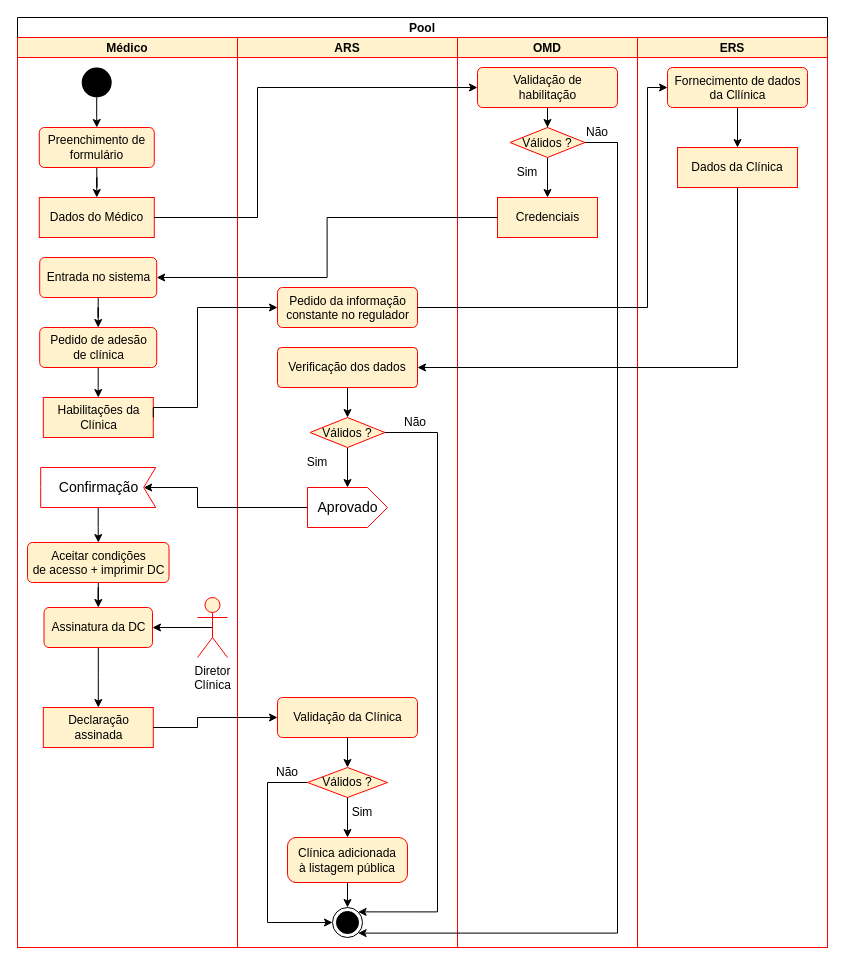
Above: page "ex1_3_improved" (3 of 3) of P/P1/P1.drawio in DavidAraujo98/AS (draw.io), before the change. Source tidied: cells renumbered, new cells numbered last; positions are measured from the earlier drawing's top-left corner, leaving out a move shared by most shapes. Both pictures are drawn from the tidied source at 100%, with x=0, y=0 at pixel (17, 17).
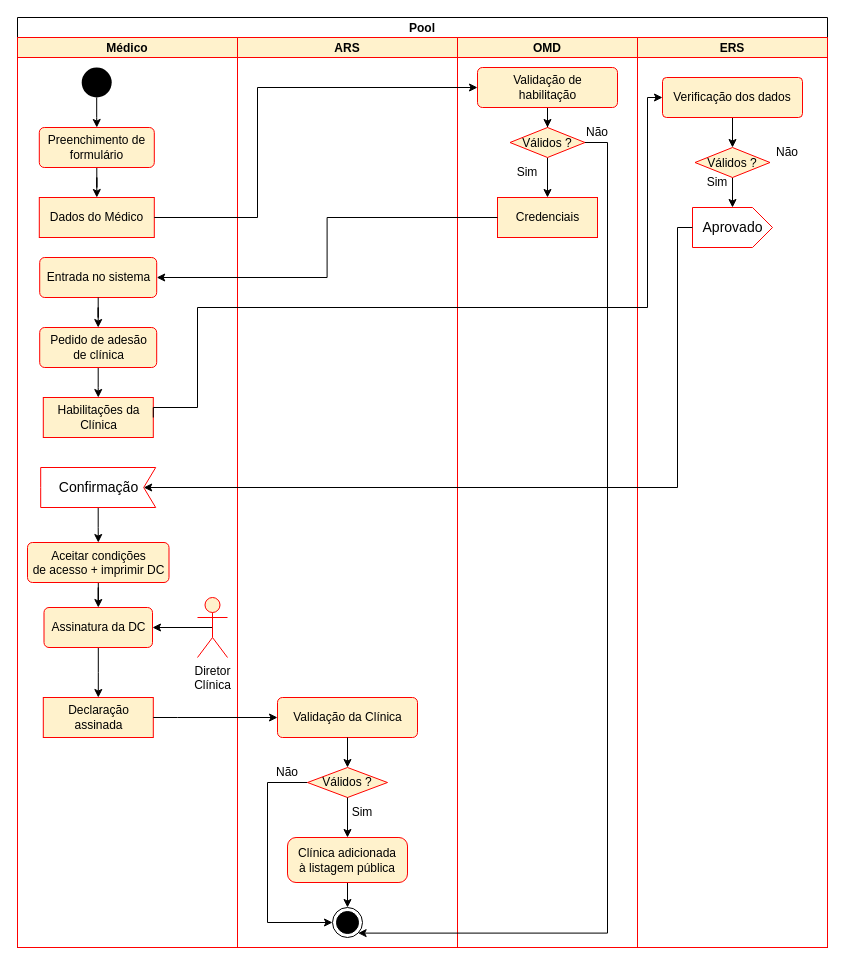
The same diagram, later.

The change refers to these unchanged cells:
```xml
<mxCell id="2" value="Pool" style="swimlane;startSize=20;strokeColor=default;fillColor=default;align=center;verticalAlign=middle;" parent="1" vertex="1">
  <mxGeometry width="810" height="930" as="geometry" />
</mxCell>
<mxCell id="3" value="Médico" style="swimlane;startSize=20;strokeColor=#FF0000;fillColor=#FFF2CC;" parent="2" vertex="1">
  <mxGeometry y="20" width="220" height="910" as="geometry" />
</mxCell>
<mxCell id="13" value="Habilitações da&lt;br&gt;Clínica" style="html=1;fontSize=12;strokeColor=#FF0000;fillColor=#FFF2CC;" parent="3" vertex="1">
  <mxGeometry x="25.8" y="360" width="110" height="40" as="geometry" />
</mxCell>
<mxCell id="15" value="Confirmação" style="html=1;shape=mxgraph.infographic.ribbonSimple;notch1=12;notch2=0;align=center;verticalAlign=middle;fontSize=14;fontStyle=0;flipH=1;fillColor=#FFFFFF;strokeColor=#FF0000;" parent="3" vertex="1">
  <mxGeometry x="23.2" y="430" width="115" height="40" as="geometry" />
</mxCell>
<mxCell id="23" value="ARS" style="swimlane;startSize=20;strokeColor=#FF0000;fillColor=#FFF2CC;verticalAlign=middle;" parent="2" vertex="1">
  <mxGeometry x="220" y="20" width="220" height="910" as="geometry" />
</mxCell>
<mxCell id="32" value="Validação da Clínica" style="html=1;align=center;verticalAlign=middle;rounded=1;absoluteArcSize=1;arcSize=10;dashed=0;fontSize=12;strokeColor=#FF0000;fillColor=#FFF2CC;" parent="23" vertex="1">
  <mxGeometry x="40" y="660" width="140" height="40" as="geometry" />
</mxCell>
<mxCell id="39" style="ellipse;html=1;shape=endState;fillColor=#000000;strokeColor=#000000;fontSize=12;" parent="23" vertex="1">
  <mxGeometry x="95" y="870" width="30" height="30" as="geometry" />
</mxCell>
<mxCell id="47" value="Válidos ?" style="rhombus;strokeColor=#FF0000;fillColor=#FFF2CC;verticalAlign=middle;" parent="43" vertex="1">
  <mxGeometry x="52.5" y="90" width="75" height="30" as="geometry" />
</mxCell>
<mxCell id="51" value="ERS" style="swimlane;startSize=20;strokeColor=#FF0000;fillColor=#FFF2CC;" parent="2" vertex="1">
  <mxGeometry x="620" y="20" width="190" height="910" as="geometry" />
</mxCell>
```

The edit, as a diff of the source:
```diff
@@
     <mxCell id="22" value="Declaração&lt;br&gt;assinada" style="html=1;fontSize=12;strokeColor=#FF0000;fillColor=#FFF2CC;" parent="3" vertex="1">
-      <mxGeometry x="25.8" y="670" width="110" height="40" as="geometry" />
+      <mxGeometry x="25.8" y="660" width="110" height="40" as="geometry" />
     </mxCell>
@@
-    <mxCell id="24" value="Pedido da informação&lt;br&gt;constante no regulador" style="html=1;align=center;verticalAlign=top;rounded=1;absoluteArcSize=1;arcSize=10;dashed=0;fontSize=12;strokeColor=#FF0000;fillColor=#FFF2CC;" parent="23" vertex="1">
-      <mxGeometry x="40" y="250" width="140" height="40" as="geometry" />
-    </mxCell>
-    <mxCell id="25" style="edgeStyle=orthogonalEdgeStyle;rounded=0;jettySize=auto;html=1;fontSize=12;" parent="23" edge="1" source="26" target="29">
-      <mxGeometry relative="1" as="geometry" />
-    </mxCell>
-    <mxCell id="26" value="Verificação dos dados" style="whiteSpace=wrap;html=1;verticalAlign=middle;fillColor=#FFF2CC;strokeColor=#FF0000;rounded=1;arcSize=10;dashed=0;" parent="23" vertex="1">
-      <mxGeometry x="40" y="310" width="140" height="40" as="geometry" />
-    </mxCell>
-    <mxCell id="27" style="edgeStyle=orthogonalEdgeStyle;rounded=0;jettySize=auto;html=1;exitX=0.5;exitY=1;exitDx=0;exitDy=0;entryX=0;entryY=0;entryDx=40;entryDy=0;entryPerimeter=0;fontSize=12;" parent="23" edge="1" source="29" target="30">
-      <mxGeometry relative="1" as="geometry" />
-    </mxCell>
-    <mxCell id="28" style="edgeStyle=orthogonalEdgeStyle;rounded=0;jettySize=auto;html=1;exitX=1;exitY=0.5;exitDx=0;exitDy=0;entryX=1;entryY=0;entryDx=0;entryDy=0;fontSize=12;" parent="23" edge="1" source="29" target="39">
-      <mxGeometry relative="1" as="geometry">
-        <Array as="points">
-          <mxPoint x="200" y="395" />
-          <mxPoint x="200" y="874" />
-        </Array>
-      </mxGeometry>
-    </mxCell>
-    <mxCell id="29" value="Válidos ?" style="rhombus;strokeColor=#FF0000;fillColor=#FFF2CC;verticalAlign=middle;" parent="23" vertex="1">
-      <mxGeometry x="72.5" y="380" width="75" height="30" as="geometry" />
-    </mxCell>
-    <mxCell id="30" value="Aprovado" style="html=1;shape=mxgraph.infographic.ribbonSimple;notch1=0;notch2=20;align=center;verticalAlign=middle;fontSize=14;fontStyle=0;fillColor=#FFFFFF;strokeColor=#FF0000;" parent="23" vertex="1">
-      <mxGeometry x="70" y="450" width="80" height="40" as="geometry" />
-    </mxCell>
-    <mxCell id="31" value="Sim" style="text;html=1;strokeColor=none;fillColor=none;align=center;verticalAlign=middle;whiteSpace=wrap;rounded=0;fontSize=12;" parent="23" vertex="1">
-      <mxGeometry x="50" y="410" width="60" height="30" as="geometry" />
-    </mxCell>
@@
-    <mxCell id="40" value="Não" style="text;html=1;strokeColor=none;fillColor=none;align=center;verticalAlign=middle;whiteSpace=wrap;rounded=0;fontSize=12;" parent="23" vertex="1">
-      <mxGeometry x="147.5" y="370" width="60" height="30" as="geometry" />
-    </mxCell>
@@
-    <mxCell id="54" style="edgeStyle=orthogonalEdgeStyle;rounded=0;jettySize=auto;html=1;fontSize=12;" parent="51" edge="1" source="55" target="56">
-      <mxGeometry relative="1" as="geometry" />
-    </mxCell>
-    <mxCell id="55" value="Fornecimento de dados&lt;br&gt;da Cllínica" style="html=1;align=center;verticalAlign=top;rounded=1;absoluteArcSize=1;arcSize=10;dashed=0;fontSize=12;strokeColor=#FF0000;fillColor=#FFF2CC;" parent="51" vertex="1">
-      <mxGeometry x="30" y="30" width="140" height="40" as="geometry" />
-    </mxCell>
-    <mxCell id="56" value="Dados da Clínica" style="whiteSpace=wrap;html=1;verticalAlign=middle;fillColor=#FFF2CC;strokeColor=#FF0000;rounded=1;arcSize=0;dashed=0;" parent="51" vertex="1">
-      <mxGeometry x="40" y="110" width="120" height="40" as="geometry" />
-    </mxCell>
+    <mxCell id="25" style="edgeStyle=orthogonalEdgeStyle;rounded=0;jettySize=auto;html=1;fontSize=12;" parent="51" edge="1" source="26" target="29">
+      <mxGeometry relative="1" as="geometry" />
+    </mxCell>
+    <mxCell id="26" value="Verificação dos dados" style="whiteSpace=wrap;html=1;verticalAlign=middle;fillColor=#FFF2CC;strokeColor=#FF0000;rounded=1;arcSize=10;dashed=0;" parent="51" vertex="1">
+      <mxGeometry x="25" y="40" width="140" height="40" as="geometry" />
+    </mxCell>
+    <mxCell id="27" style="edgeStyle=orthogonalEdgeStyle;rounded=0;jettySize=auto;html=1;fontSize=12;" parent="51" edge="1" source="29" target="30">
+      <mxGeometry relative="1" as="geometry" />
+    </mxCell>
+    <mxCell id="29" value="Válidos ?" style="rhombus;strokeColor=#FF0000;fillColor=#FFF2CC;verticalAlign=middle;" parent="51" vertex="1">
+      <mxGeometry x="57.5" y="110" width="75" height="30" as="geometry" />
+    </mxCell>
+    <mxCell id="40" value="Não" style="text;html=1;strokeColor=none;fillColor=none;align=center;verticalAlign=middle;whiteSpace=wrap;rounded=0;fontSize=12;" parent="51" vertex="1">
+      <mxGeometry x="120" y="100" width="60" height="30" as="geometry" />
+    </mxCell>
+    <mxCell id="31" value="Sim" style="text;html=1;strokeColor=none;fillColor=none;align=center;verticalAlign=middle;whiteSpace=wrap;rounded=0;fontSize=12;" parent="51" vertex="1">
+      <mxGeometry x="50" y="130" width="60" height="30" as="geometry" />
+    </mxCell>
+    <mxCell id="30" value="Aprovado" style="html=1;shape=mxgraph.infographic.ribbonSimple;notch1=0;notch2=20;align=center;verticalAlign=middle;fontSize=14;fontStyle=0;fillColor=#FFFFFF;strokeColor=#FF0000;" parent="51" vertex="1">
+      <mxGeometry x="55" y="170" width="80" height="40" as="geometry" />
+    </mxCell>
@@
-    <mxCell id="59" style="edgeStyle=orthogonalEdgeStyle;rounded=0;jettySize=auto;html=1;exitX=1;exitY=0.5;exitDx=0;exitDy=0;entryX=0;entryY=0.5;entryDx=0;entryDy=0;fontSize=12;" parent="2" edge="1" source="13" target="24">
+    <mxCell id="59" style="edgeStyle=orthogonalEdgeStyle;rounded=0;jettySize=auto;html=1;exitX=1;exitY=0.5;exitDx=0;exitDy=0;entryX=0;entryY=0.5;entryDx=0;entryDy=0;fontSize=12;" parent="2" edge="1" source="13" target="26">
       <mxGeometry relative="1" as="geometry">
         <Array as="points">
           <mxPoint x="136" y="390" />
           <mxPoint x="180" y="390" />
           <mxPoint x="180" y="290" />
+          <mxPoint x="630" y="290" />
+          <mxPoint x="630" y="80" />
         </Array>
       </mxGeometry>
     </mxCell>
-    <mxCell id="60" style="edgeStyle=orthogonalEdgeStyle;rounded=0;jettySize=auto;html=1;exitX=1;exitY=0.5;exitDx=0;exitDy=0;entryX=0;entryY=0.5;entryDx=0;entryDy=0;fontSize=12;" parent="2" edge="1" source="24" target="55">
-      <mxGeometry relative="1" as="geometry">
-        <Array as="points">
-          <mxPoint x="630" y="290" />
-          <mxPoint x="630" y="70" />
-        </Array>
-      </mxGeometry>
-    </mxCell>
-    <mxCell id="61" style="edgeStyle=orthogonalEdgeStyle;rounded=0;jettySize=auto;html=1;fontSize=12;exitX=0.5;exitY=1;exitDx=0;exitDy=0;" parent="2" edge="1" source="56" target="26">
-      <mxGeometry relative="1" as="geometry">
-        <Array as="points">
-          <mxPoint x="720" y="350" />
-        </Array>
-      </mxGeometry>
-    </mxCell>
     <mxCell id="62" style="edgeStyle=orthogonalEdgeStyle;rounded=0;jettySize=auto;html=1;exitX=0;exitY=0;exitDx=0;exitDy=20;exitPerimeter=0;entryX=0;entryY=0;entryDx=12;entryDy=20;entryPerimeter=0;fontSize=12;" parent="2" edge="1" source="30" target="15">
       <mxGeometry relative="1" as="geometry">
         <Array as="points">
-          <mxPoint x="180" y="490" />
-          <mxPoint x="180" y="470" />
+          <mxPoint x="660" y="210" />
+          <mxPoint x="660" y="470" />
         </Array>
       </mxGeometry>
     </mxCell>
     <mxCell id="63" style="edgeStyle=orthogonalEdgeStyle;rounded=0;jettySize=auto;html=1;exitX=1;exitY=0.5;exitDx=0;exitDy=0;entryX=0;entryY=0.5;entryDx=0;entryDy=0;fontSize=12;" parent="2" edge="1" source="22" target="32">
       <mxGeometry relative="1" as="geometry">
         <Array as="points">
-          <mxPoint x="180" y="710" />
-          <mxPoint x="180" y="700" />
+          <mxPoint x="160" y="700" />
+          <mxPoint x="160" y="700" />
         </Array>
       </mxGeometry>
     </mxCell>
     <mxCell id="64" style="edgeStyle=orthogonalEdgeStyle;rounded=0;jettySize=auto;html=1;exitX=1;exitY=0.5;exitDx=0;exitDy=0;fontSize=12;entryX=1;entryY=1;entryDx=0;entryDy=0;" parent="2" edge="1" source="47" target="39">
       <mxGeometry relative="1" as="geometry">
         <Array as="points">
-          <mxPoint x="600" y="125" />
-          <mxPoint x="600" y="916" />
+          <mxPoint x="590" y="125" />
+          <mxPoint x="590" y="916" />
         </Array>
       </mxGeometry>
     </mxCell>
```
